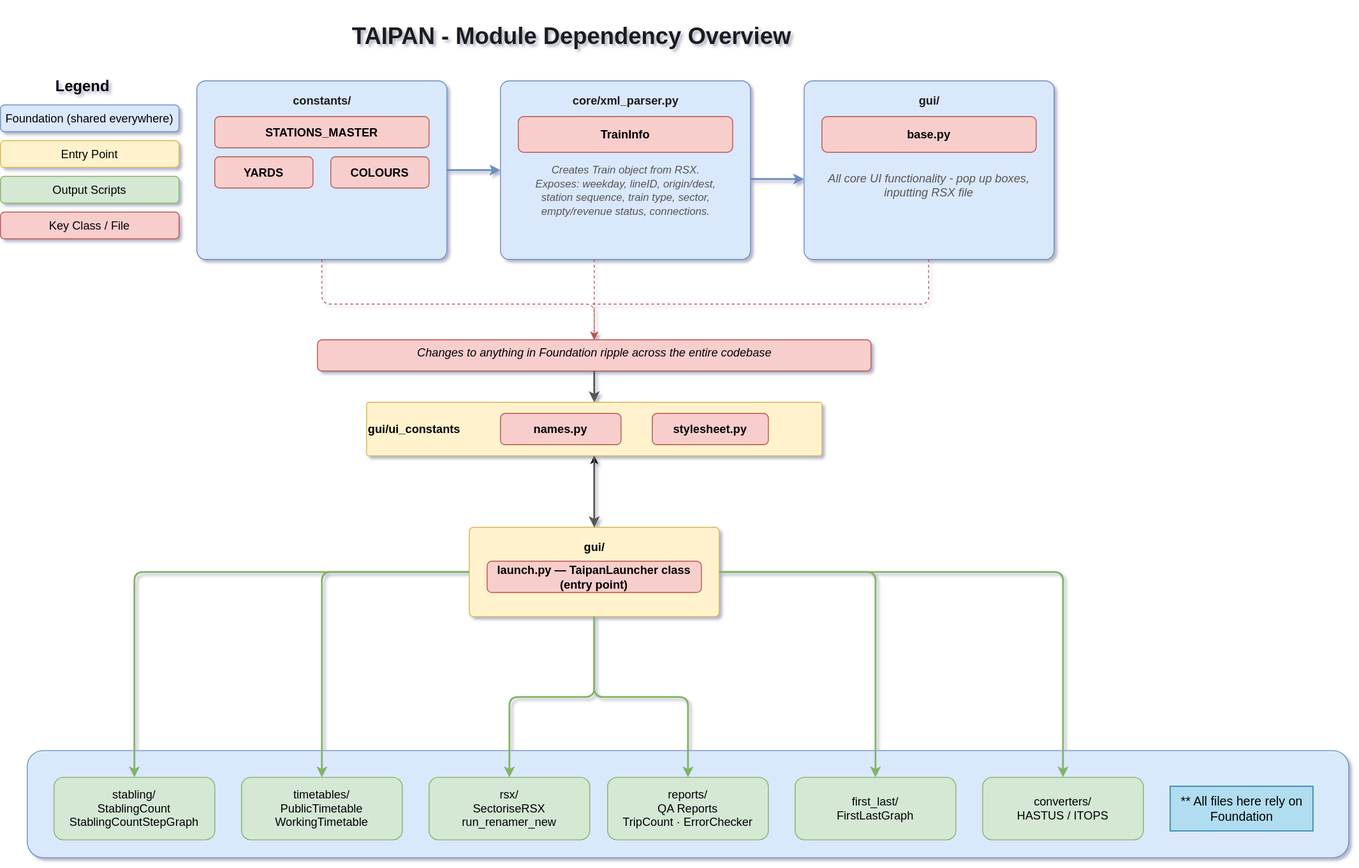
This is taipan-diagram.drawio.svg from MTPTeam/Python_TTSummary, a draw.io export, as it was before one commit. Source tidied: cells renumbered, new cells last; positions are measured from the earlier drawing's top-left corner, leaving out a move shared by most shapes.
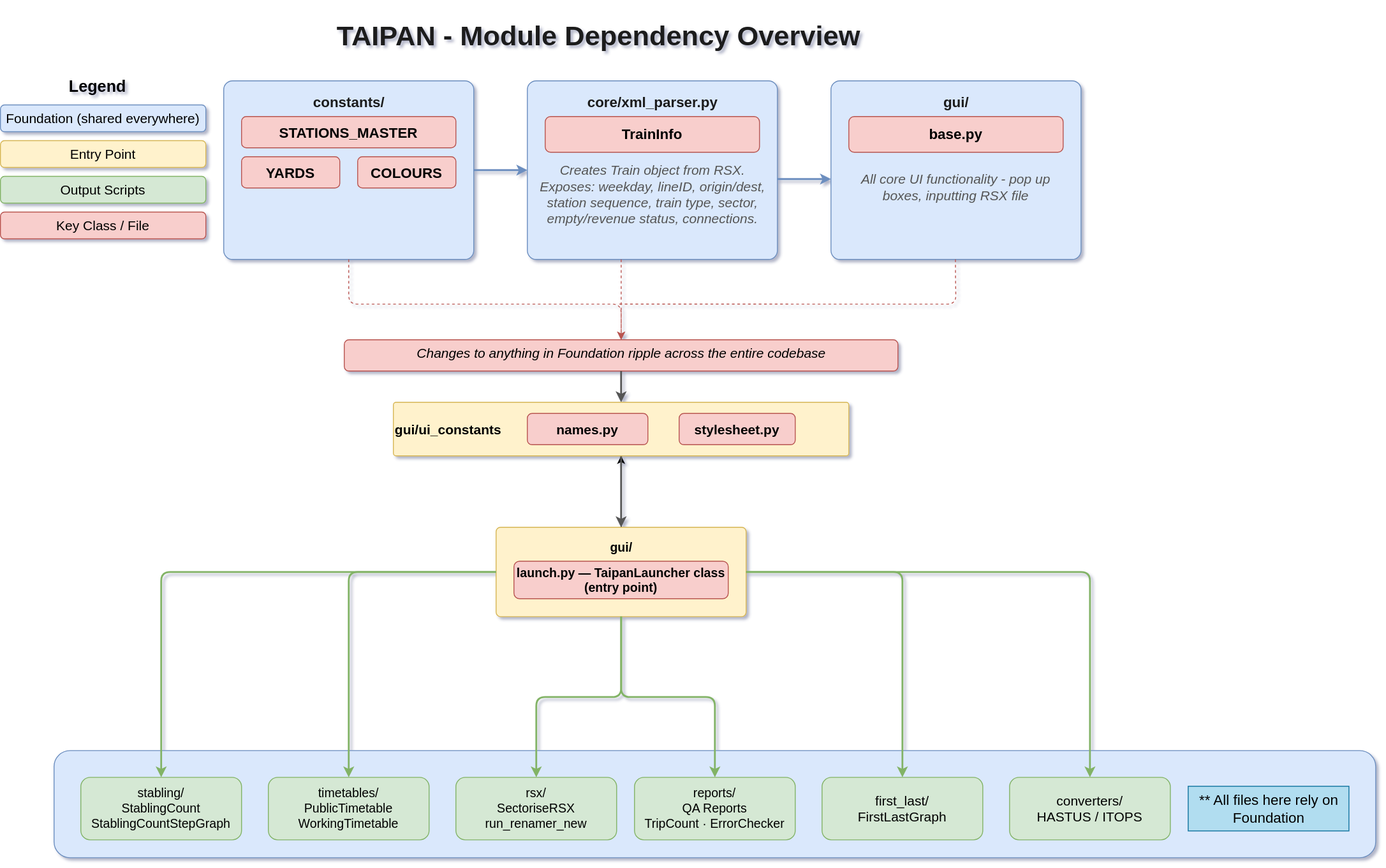
The same file after the commit.

Commit message:
diagram sizing

What changed in the source:
```diff
@@ -5,82 +5,82 @@
     <mxCell id="2" style="rounded=1;whiteSpace=wrap;html=1;fillColor=#dae8fc;strokeColor=#6c8ebf;fontSize=13;" parent="1" vertex="1">
       <mxGeometry x="30" y="840" width="1480" height="120" as="geometry" />
     </mxCell>
-    <mxCell id="3" value="&lt;font&gt;TAIPAN - Module Dependency Overview&lt;/font&gt;" style="text;html=1;strokeColor=none;fillColor=none;align=center;verticalAlign=middle;whiteSpace=wrap;rounded=0;fontSize=26;fontStyle=1;fontColor=#1a1a1a;shadow=0;glass=0;" parent="1" vertex="1">
+    <mxCell id="3" value="&lt;font&gt;TAIPAN - Module Dependency Overview&lt;/font&gt;" style="text;html=1;strokeColor=none;fillColor=none;align=center;verticalAlign=middle;whiteSpace=wrap;rounded=0;fontSize=31;fontStyle=1;fontColor=#1a1a1a;shadow=0;glass=0;" parent="1" vertex="1">
       <mxGeometry x="240" width="800" height="80" as="geometry" />
     </mxCell>
-    <mxCell id="4" value="Legend" style="text;html=1;strokeColor=none;fillColor=none;align=left;fontStyle=1;fontSize=17;" parent="1" vertex="1">
-      <mxGeometry x="60" y="80" width="80" height="30" as="geometry" />
+    <mxCell id="4" value="Legend" style="text;html=1;strokeColor=none;fillColor=none;align=left;fontStyle=1;fontSize=18;" parent="1" vertex="1">
+      <mxGeometry x="45" y="80" width="80" height="30" as="geometry" />
     </mxCell>
-    <mxCell id="5" value="Foundation (shared everywhere)" style="rounded=1;whiteSpace=wrap;html=1;fillColor=#dae8fc;strokeColor=#6c8ebf;fontSize=13;" parent="1" vertex="1">
-      <mxGeometry y="117" width="200" height="30" as="geometry" />
+    <mxCell id="5" value="Foundation (shared everywhere)" style="rounded=1;whiteSpace=wrap;html=1;fillColor=#dae8fc;strokeColor=#6c8ebf;fontSize=15;" parent="1" vertex="1">
+      <mxGeometry x="-30" y="117" width="230" height="30" as="geometry" />
     </mxCell>
-    <mxCell id="6" value="Entry Point" style="rounded=1;whiteSpace=wrap;html=1;fillColor=#fff2cc;strokeColor=#d6b656;fontSize=13;" parent="1" vertex="1">
-      <mxGeometry y="157" width="200" height="30" as="geometry" />
+    <mxCell id="6" value="Entry Point" style="rounded=1;whiteSpace=wrap;html=1;fillColor=#fff2cc;strokeColor=#d6b656;fontSize=15;" parent="1" vertex="1">
+      <mxGeometry x="-30" y="157" width="230" height="30" as="geometry" />
     </mxCell>
-    <mxCell id="7" value="Output Scripts" style="rounded=1;whiteSpace=wrap;html=1;fillColor=#d5e8d4;strokeColor=#82b366;fontSize=13;" parent="1" vertex="1">
-      <mxGeometry y="197" width="200" height="30" as="geometry" />
+    <mxCell id="7" value="Output Scripts" style="rounded=1;whiteSpace=wrap;html=1;fillColor=#d5e8d4;strokeColor=#82b366;fontSize=15;" parent="1" vertex="1">
+      <mxGeometry x="-30" y="197" width="230" height="30" as="geometry" />
     </mxCell>
-    <mxCell id="8" value="Key Class / File" style="rounded=1;whiteSpace=wrap;html=1;fillColor=#f8cecc;strokeColor=#b85450;fontSize=13;" parent="1" vertex="1">
-      <mxGeometry y="237" width="200" height="30" as="geometry" />
+    <mxCell id="8" value="Key Class / File" style="rounded=1;whiteSpace=wrap;html=1;fillColor=#f8cecc;strokeColor=#b85450;fontSize=15;" parent="1" vertex="1">
+      <mxGeometry x="-30" y="237" width="230" height="30" as="geometry" />
     </mxCell>
     <mxCell id="9" style="rounded=1;whiteSpace=wrap;html=1;fillColor=#dae8fc;strokeColor=#6c8ebf;fontSize=13;verticalAlign=top;arcSize=5;" parent="1" vertex="1">
       <mxGeometry x="220" y="90" width="280" height="200" as="geometry" />
     </mxCell>
-    <mxCell id="10" value="constants/" style="text;html=1;strokeColor=none;fillColor=none;align=center;fontStyle=1;fontSize=13;fontColor=#1a1a1a;" parent="1" vertex="1">
+    <mxCell id="10" value="constants/" style="text;html=1;strokeColor=none;fillColor=none;align=center;fontStyle=1;fontSize=16;fontColor=#1a1a1a;" parent="1" vertex="1">
       <mxGeometry x="220" y="98" width="280" height="25" as="geometry" />
     </mxCell>
-    <mxCell id="11" value="STATIONS_MASTER" style="rounded=1;whiteSpace=wrap;html=1;fillColor=#f8cecc;strokeColor=#b85450;fontSize=13;fontStyle=1;" parent="1" vertex="1">
+    <mxCell id="11" value="STATIONS_MASTER" style="rounded=1;whiteSpace=wrap;html=1;fillColor=#f8cecc;strokeColor=#b85450;fontSize=16;fontStyle=1;" parent="1" vertex="1">
       <mxGeometry x="240" y="130" width="240" height="35" as="geometry" />
     </mxCell>
-    <mxCell id="12" value="YARDS" style="rounded=1;whiteSpace=wrap;html=1;fillColor=#f8cecc;strokeColor=#b85450;fontSize=13;fontStyle=1;" parent="1" vertex="1">
+    <mxCell id="12" value="YARDS" style="rounded=1;whiteSpace=wrap;html=1;fillColor=#f8cecc;strokeColor=#b85450;fontSize=16;fontStyle=1;" parent="1" vertex="1">
       <mxGeometry x="240" y="175" width="110" height="35" as="geometry" />
     </mxCell>
-    <mxCell id="13" value="COLOURS" style="rounded=1;whiteSpace=wrap;html=1;fillColor=#f8cecc;strokeColor=#b85450;fontSize=13;fontStyle=1;" parent="1" vertex="1">
+    <mxCell id="13" value="COLOURS" style="rounded=1;whiteSpace=wrap;html=1;fillColor=#f8cecc;strokeColor=#b85450;fontSize=16;fontStyle=1;" parent="1" vertex="1">
       <mxGeometry x="370" y="175" width="110" height="35" as="geometry" />
     </mxCell>
     <mxCell id="14" style="rounded=1;whiteSpace=wrap;html=1;fillColor=#dae8fc;strokeColor=#6c8ebf;fontSize=13;verticalAlign=top;arcSize=5;" parent="1" vertex="1">
       <mxGeometry x="560" y="90" width="280" height="200" as="geometry" />
     </mxCell>
-    <mxCell id="15" value="core/xml_parser.py" style="text;html=1;strokeColor=none;fillColor=none;align=center;fontStyle=1;fontSize=13;fontColor=#1a1a1a;" parent="1" vertex="1">
+    <mxCell id="15" value="core/xml_parser.py" style="text;html=1;strokeColor=none;fillColor=none;align=center;fontStyle=1;fontSize=16;fontColor=#1a1a1a;" parent="1" vertex="1">
       <mxGeometry x="560" y="98" width="280" height="25" as="geometry" />
     </mxCell>
-    <mxCell id="16" value="TrainInfo" style="rounded=1;whiteSpace=wrap;html=1;fillColor=#f8cecc;strokeColor=#b85450;fontSize=13;fontStyle=1;" parent="1" vertex="1">
+    <mxCell id="16" value="TrainInfo" style="rounded=1;whiteSpace=wrap;html=1;fillColor=#f8cecc;strokeColor=#b85450;fontSize=16;fontStyle=1;" parent="1" vertex="1">
       <mxGeometry x="580" y="130" width="240" height="40" as="geometry" />
     </mxCell>
-    <mxCell id="17" value="&lt;font style=&quot;font-size: 12px;&quot;&gt;Creates Train object from RSX.&lt;br&gt;Exposes: weekday, lineID, origin/dest,&lt;br&gt;station sequence, train type, sector,&lt;br&gt;empty/revenue status, connections.&lt;/font&gt;" style="text;html=1;strokeColor=none;fillColor=none;align=center;fontSize=13;fontColor=#555555;fontStyle=2;" parent="1" vertex="1">
+    <mxCell id="17" value="&lt;font&gt;Creates Train object from RSX.&lt;br&gt;Exposes: weekday, lineID, origin/dest,&lt;br&gt;station sequence, train type, sector,&lt;br&gt;empty/revenue status, connections.&lt;/font&gt;" style="text;html=1;strokeColor=none;fillColor=none;align=center;fontSize=15;fontColor=#555555;fontStyle=2;" parent="1" vertex="1">
       <mxGeometry x="570" y="175" width="260" height="95" as="geometry" />
     </mxCell>
-    <mxCell id="18" value="&amp;nbsp;Changes to anything in Foundation ripple across the entire codebase" style="text;html=1;strokeColor=#b85450;fillColor=#f8cecc;align=center;fontSize=13;fontStyle=2;rounded=1;" parent="1" vertex="1">
+    <mxCell id="18" value="&amp;nbsp;Changes to anything in Foundation ripple across the entire codebase" style="text;html=1;strokeColor=#b85450;fillColor=#f8cecc;align=center;fontSize=15;fontStyle=2;rounded=1;" parent="1" vertex="1">
       <mxGeometry x="355" y="380" width="620" height="35" as="geometry" />
     </mxCell>
-    <mxCell id="19" style="edgeStyle=none;html=1;" parent="1" edge="1" source="20" target="47">
+    <mxCell id="19" style="edgeStyle=none;html=1;fontSize=13;" parent="1" edge="1" source="20" target="47">
       <mxGeometry relative="1" as="geometry" />
     </mxCell>
-    <mxCell id="20" style="rounded=1;whiteSpace=wrap;html=1;fillColor=#fff2cc;strokeColor=#d6b656;arcSize=5;fontSize=13;" parent="1" vertex="1">
+    <mxCell id="20" style="rounded=1;whiteSpace=wrap;html=1;fillColor=#fff2cc;strokeColor=#d6b656;arcSize=5;fontSize=14;" parent="1" vertex="1">
       <mxGeometry x="525" y="590" width="280" height="100" as="geometry" />
     </mxCell>
-    <mxCell id="21" value="gui/" style="text;html=1;strokeColor=none;fillColor=none;align=center;fontStyle=1;fontSize=13;" parent="1" vertex="1">
+    <mxCell id="21" value="gui/" style="text;html=1;strokeColor=none;fillColor=none;align=center;fontStyle=1;fontSize=14;" parent="1" vertex="1">
       <mxGeometry x="525" y="598" width="280" height="25" as="geometry" />
     </mxCell>
-    <mxCell id="22" value="launch.py  — TaipanLauncher class&amp;nbsp;&lt;div&gt;(entry point)&lt;/div&gt;" style="rounded=1;whiteSpace=wrap;html=1;fillColor=#f8cecc;strokeColor=#b85450;fontSize=13;fontStyle=1;" parent="1" vertex="1">
-      <mxGeometry x="545" y="628" width="240" height="35" as="geometry" />
+    <mxCell id="22" value="launch.py  — TaipanLauncher class&amp;nbsp;&lt;div&gt;(entry point)&lt;/div&gt;" style="rounded=1;whiteSpace=wrap;html=1;fillColor=#f8cecc;strokeColor=#b85450;fontSize=14;fontStyle=1;" parent="1" vertex="1">
+      <mxGeometry x="545" y="628" width="240" height="42" as="geometry" />
     </mxCell>
-    <mxCell id="23" value="stabling/&#10;StablingCount&#10;StablingCountStepGraph" style="rounded=1;whiteSpace=wrap;html=1;fillColor=#d5e8d4;strokeColor=#82b366;fontSize=13;" parent="1" vertex="1">
+    <mxCell id="23" value="stabling/&#10;StablingCount&#10;StablingCountStepGraph" style="rounded=1;whiteSpace=wrap;html=1;fillColor=#d5e8d4;strokeColor=#82b366;fontSize=14;" parent="1" vertex="1">
       <mxGeometry x="60" y="870" width="180" height="70" as="geometry" />
     </mxCell>
-    <mxCell id="24" value="timetables/&#10;PublicTimetable&#10;WorkingTimetable" style="rounded=1;whiteSpace=wrap;html=1;fillColor=#d5e8d4;strokeColor=#82b366;fontSize=13;" parent="1" vertex="1">
+    <mxCell id="24" value="timetables/&#10;PublicTimetable&#10;WorkingTimetable" style="rounded=1;whiteSpace=wrap;html=1;fillColor=#d5e8d4;strokeColor=#82b366;fontSize=14;" parent="1" vertex="1">
       <mxGeometry x="270" y="870" width="180" height="70" as="geometry" />
     </mxCell>
-    <mxCell id="25" value="rsx/&#10;SectoriseRSX&#10;run_renamer_new" style="rounded=1;whiteSpace=wrap;html=1;fillColor=#d5e8d4;strokeColor=#82b366;fontSize=13;" parent="1" vertex="1">
+    <mxCell id="25" value="rsx/&#10;SectoriseRSX&#10;run_renamer_new" style="rounded=1;whiteSpace=wrap;html=1;fillColor=#d5e8d4;strokeColor=#82b366;fontSize=14;" parent="1" vertex="1">
       <mxGeometry x="480" y="870" width="180" height="70" as="geometry" />
     </mxCell>
-    <mxCell id="26" value="reports/&#10;QA Reports&#10;TripCount · ErrorChecker" style="rounded=1;whiteSpace=wrap;html=1;fillColor=#d5e8d4;strokeColor=#82b366;fontSize=13;" parent="1" vertex="1">
+    <mxCell id="26" value="reports/&#10;QA Reports&#10;TripCount · ErrorChecker" style="rounded=1;whiteSpace=wrap;html=1;fillColor=#d5e8d4;strokeColor=#82b366;fontSize=14;" parent="1" vertex="1">
       <mxGeometry x="680" y="870" width="180" height="70" as="geometry" />
     </mxCell>
-    <mxCell id="27" value="first_last/&#10;FirstLastGraph" style="rounded=1;whiteSpace=wrap;html=1;fillColor=#d5e8d4;strokeColor=#82b366;fontSize=13;glass=0;shadow=0;" parent="1" vertex="1">
+    <mxCell id="27" value="first_last/&#10;FirstLastGraph" style="rounded=1;whiteSpace=wrap;html=1;fillColor=#d5e8d4;strokeColor=#82b366;fontSize=15;glass=0;shadow=0;" parent="1" vertex="1">
       <mxGeometry x="890" y="870" width="180" height="70" as="geometry" />
     </mxCell>
-    <mxCell id="28" value="converters/&lt;br&gt;HASTUS / ITOPS" style="rounded=1;whiteSpace=wrap;html=1;fillColor=#d5e8d4;strokeColor=#82b366;fontSize=13;" parent="1" vertex="1">
+    <mxCell id="28" value="converters/&lt;br&gt;HASTUS / ITOPS" style="rounded=1;whiteSpace=wrap;html=1;fillColor=#d5e8d4;strokeColor=#82b366;fontSize=15;" parent="1" vertex="1">
       <mxGeometry x="1100" y="870" width="180" height="70" as="geometry" />
     </mxCell>
     <mxCell id="29" style="edgeStyle=orthogonalEdgeStyle;html=1;strokeColor=#6c8ebf;strokeWidth=2;exitX=1;exitY=0.5;exitDx=0;exitDy=0;entryX=0;entryY=0.5;entryDx=0;entryDy=0;fontSize=13;" parent="1" edge="1" source="9" target="14">
@@ -133,19 +133,19 @@
     <mxCell id="38" style="edgeStyle=orthogonalEdgeStyle;html=1;strokeColor=#82b366;strokeWidth=2;fontSize=13;" parent="1" edge="1" source="20" target="28">
       <mxGeometry relative="1" as="geometry" />
     </mxCell>
-    <mxCell id="39" style="group;glass=0;rounded=0;" parent="1" vertex="1">
+    <mxCell id="39" style="group;glass=0;rounded=0;fontSize=13;" parent="1" vertex="1">
       <mxGeometry x="900" y="90" width="280" height="200" as="geometry" />
     </mxCell>
     <mxCell id="40" style="rounded=1;whiteSpace=wrap;html=1;fillColor=#dae8fc;strokeColor=#6c8ebf;fontSize=13;verticalAlign=top;arcSize=5;" parent="39" vertex="1">
       <mxGeometry width="280" height="200" as="geometry" />
     </mxCell>
-    <mxCell id="41" value="gui/" style="text;html=1;strokeColor=none;fillColor=none;align=center;fontStyle=1;fontSize=13;fontColor=#1a1a1a;" parent="39" vertex="1">
+    <mxCell id="41" value="gui/" style="text;html=1;strokeColor=none;fillColor=none;align=center;fontStyle=1;fontSize=16;fontColor=#1a1a1a;" parent="39" vertex="1">
       <mxGeometry y="8" width="280" height="25" as="geometry" />
     </mxCell>
-    <mxCell id="42" value="base.py" style="rounded=1;whiteSpace=wrap;html=1;fillColor=#f8cecc;strokeColor=#b85450;fontSize=13;fontStyle=1;" parent="39" vertex="1">
+    <mxCell id="42" value="base.py" style="rounded=1;whiteSpace=wrap;html=1;fillColor=#f8cecc;strokeColor=#b85450;fontSize=16;fontStyle=1;" parent="39" vertex="1">
       <mxGeometry x="20" y="40" width="240" height="40" as="geometry" />
     </mxCell>
-    <mxCell id="43" value="All core UI functionality - pop up boxes, inputting RSX file" style="text;html=1;strokeColor=none;fillColor=none;align=center;fontSize=13;fontColor=#555555;fontStyle=2;whiteSpace=wrap;" parent="39" vertex="1">
+    <mxCell id="43" value="All core UI functionality - pop up boxes, inputting RSX file" style="text;html=1;strokeColor=none;fillColor=none;align=center;fontSize=15;fontColor=#555555;fontStyle=2;whiteSpace=wrap;" parent="39" vertex="1">
       <mxGeometry x="10" y="95" width="260" height="95" as="geometry" />
     </mxCell>
     <mxCell id="44" style="edgeStyle=orthogonalEdgeStyle;html=1;strokeColor=#6c8ebf;strokeWidth=2;exitX=1;exitY=0.5;exitDx=0;exitDy=0;entryX=0;entryY=0.5;entryDx=0;entryDy=0;fontSize=13;" parent="1" edge="1">
@@ -167,17 +167,17 @@
     <mxCell id="46" style="edgeStyle=orthogonalEdgeStyle;html=1;strokeColor=#555555;strokeWidth=2;fontSize=13;" parent="1" edge="1" source="18" target="47">
       <mxGeometry relative="1" as="geometry" />
     </mxCell>
-    <mxCell id="47" value="&lt;span style=&quot;color: rgb(0, 0, 0); font-weight: 700; text-wrap-mode: nowrap;&quot;&gt;&amp;nbsp; &amp;nbsp;gui/ui_constants&lt;/span&gt;" style="whiteSpace=wrap;html=1;fontSize=13;fillColor=#fff2cc;strokeColor=#d6b656;rounded=1;arcSize=5;align=left;" parent="1" vertex="1">
+    <mxCell id="47" value="&lt;span style=&quot;color: rgb(0, 0, 0); font-weight: 700; text-wrap-mode: nowrap;&quot;&gt;&amp;nbsp; &amp;nbsp;gui/ui_constants&lt;/span&gt;" style="whiteSpace=wrap;html=1;fontSize=15;fillColor=#fff2cc;strokeColor=#d6b656;rounded=1;arcSize=5;align=left;" parent="1" vertex="1">
       <mxGeometry x="410" y="450" width="510" height="60" as="geometry" />
     </mxCell>
-    <mxCell id="48" value="names.py" style="rounded=1;whiteSpace=wrap;html=1;fillColor=#f8cecc;strokeColor=#b85450;fontSize=13;fontStyle=1;" parent="1" vertex="1">
+    <mxCell id="48" value="names.py" style="rounded=1;whiteSpace=wrap;html=1;fillColor=#f8cecc;strokeColor=#b85450;fontSize=15;fontStyle=1;" parent="1" vertex="1">
       <mxGeometry x="560" y="462.5" width="135" height="35" as="geometry" />
     </mxCell>
-    <mxCell id="49" value="stylesheet.py" style="rounded=1;whiteSpace=wrap;html=1;fillColor=#f8cecc;strokeColor=#b85450;fontSize=13;fontStyle=1;" parent="1" vertex="1">
+    <mxCell id="49" value="stylesheet.py" style="rounded=1;whiteSpace=wrap;html=1;fillColor=#f8cecc;strokeColor=#b85450;fontSize=15;fontStyle=1;" parent="1" vertex="1">
       <mxGeometry x="730" y="462.5" width="130" height="35" as="geometry" />
     </mxCell>
-    <mxCell id="50" value="** All files here rely on&lt;div&gt;Foundation&lt;/div&gt;" style="text;html=1;align=center;verticalAlign=middle;fillColor=#b1ddf0;strokeColor=#10739e;fontSize=14;" parent="1" vertex="1">
-      <mxGeometry x="1310" y="880" width="160" height="50" as="geometry" />
+    <mxCell id="50" value="&lt;font&gt;** All files here rely on&lt;/font&gt;&lt;div&gt;&lt;font&gt;Foundation&lt;/font&gt;&lt;/div&gt;" style="text;html=1;align=center;verticalAlign=middle;fillColor=#b1ddf0;strokeColor=#10739e;fontSize=16;" parent="1" vertex="1">
+      <mxGeometry x="1300" y="880" width="180" height="50" as="geometry" />
     </mxCell>
   </root>
 </mxGraphModel>
```
